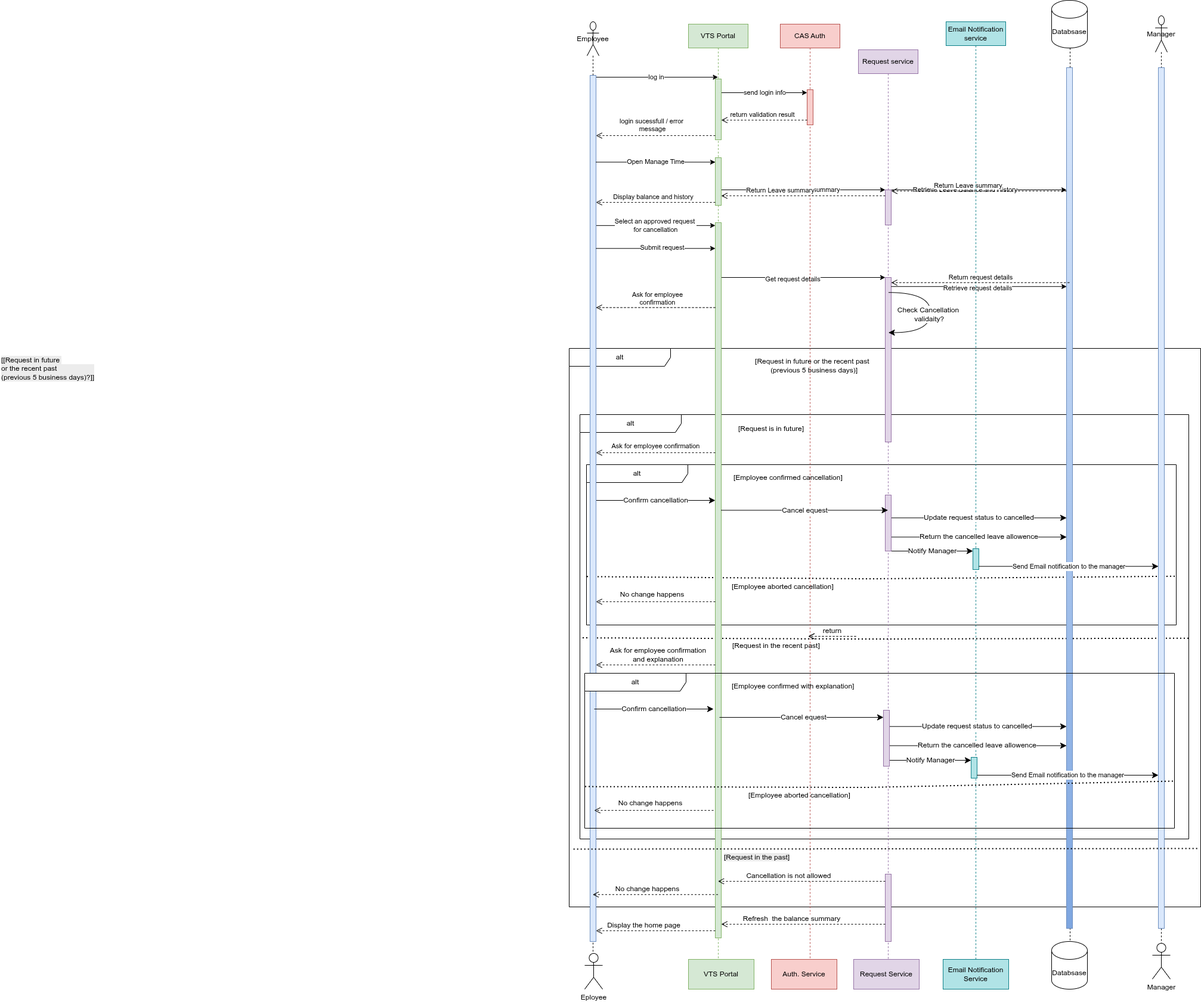
The draw.io diagram Uses Cases/Manage Time/Alternative Flows/Cancel Approved Request/cancel_approved_request_sequence_flow.png in Esraa-Khaled/VACATION_TRACKING_SYSTEM__VTS, before a commit. Source tidied: cells renumbered, new cells last; positions are measured from the earlier drawing's top-left corner, leaving out a move shared by most shapes.
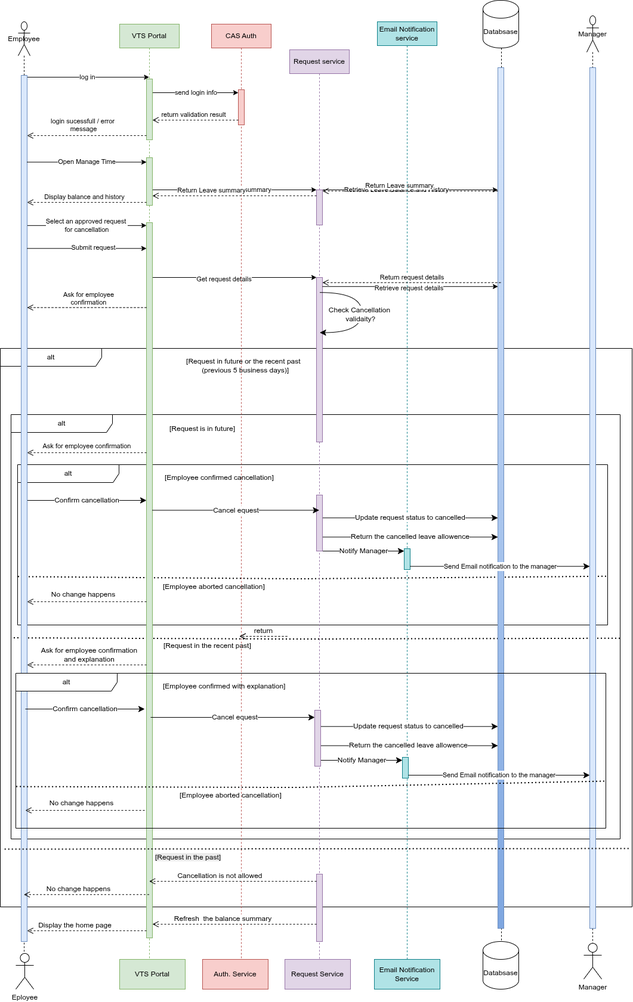
The same diagram one commit later.

Commit message:
upload cancel request sequence diagram

Change to the diagram source:
```diff
@@ -271,9 +271,6 @@
         </Array>
       </mxGeometry>
     </mxCell>
-    <mxCell id="59" value="&lt;font style=&quot;forced-color-adjust: none; color: rgb(0, 0, 0); font-family: Helvetica; font-size: 12px; font-style: normal; font-variant-ligatures: normal; font-variant-caps: normal; font-weight: 400; letter-spacing: normal; orphans: 2; text-align: left; text-indent: 0px; text-transform: none; widows: 2; word-spacing: 0px; -webkit-text-stroke-width: 0px; white-space: nowrap; background-color: rgb(236, 236, 236); text-decoration-thickness: initial; text-decoration-style: initial; text-decoration-color: initial;&quot;&gt;[[&lt;span style=&quot;forced-color-adjust: none; white-space: normal;&quot;&gt;Request in &lt;/span&gt;&lt;span style=&quot;forced-color-adjust: none; white-space: normal; background-color: transparent; text-decoration-line: inherit;&quot;&gt;future&amp;nbsp;&lt;/span&gt;&lt;/font&gt;&lt;div style=&quot;forced-color-adjust: none; color: rgb(0, 0, 0); font-family: Helvetica; font-size: 12px; font-style: normal; font-variant-ligatures: normal; font-variant-caps: normal; font-weight: 400; letter-spacing: normal; orphans: 2; text-align: left; text-indent: 0px; text-transform: none; widows: 2; word-spacing: 0px; -webkit-text-stroke-width: 0px; white-space: nowrap; background-color: rgb(236, 236, 236); text-decoration-thickness: initial; text-decoration-style: initial; text-decoration-color: initial;&quot;&gt;&lt;font style=&quot;forced-color-adjust: none;&quot;&gt;&lt;span style=&quot;forced-color-adjust: none; white-space: normal; background-color: transparent; text-decoration-line: inherit;&quot;&gt;or the recent past&amp;nbsp;&lt;/span&gt;&lt;/font&gt;&lt;/div&gt;&lt;div style=&quot;forced-color-adjust: none; color: rgb(0, 0, 0); font-family: Helvetica; font-size: 12px; font-style: normal; font-variant-ligatures: normal; font-variant-caps: normal; font-weight: 400; letter-spacing: normal; orphans: 2; text-align: left; text-indent: 0px; text-transform: none; widows: 2; word-spacing: 0px; -webkit-text-stroke-width: 0px; white-space: nowrap; background-color: rgb(236, 236, 236); text-decoration-thickness: initial; text-decoration-style: initial; text-decoration-color: initial;&quot;&gt;&lt;font style=&quot;forced-color-adjust: none;&quot;&gt;&lt;span style=&quot;forced-color-adjust: none; white-space: normal; background-color: transparent; text-decoration-line: inherit;&quot;&gt;(pre&lt;/span&gt;&lt;span style=&quot;forced-color-adjust: none; white-space: normal;&quot;&gt;vious 5 business days)?]&lt;/span&gt;]&lt;/font&gt;&lt;/div&gt;" style="text;whiteSpace=wrap;html=1;" parent="1" vertex="1">
-      <mxGeometry y="590.3" width="184" height="65" as="geometry" />
-    </mxCell>
     <mxCell id="60" value="&lt;span style=&quot;color: rgb(0, 0, 0); font-family: Helvetica; font-size: 12px; font-style: normal; font-variant-ligatures: normal; font-variant-caps: normal; font-weight: 400; letter-spacing: normal; orphans: 2; text-align: left; text-indent: 0px; text-transform: none; widows: 2; word-spacing: 0px; -webkit-text-stroke-width: 0px; white-space: nowrap; background-color: rgb(236, 236, 236); text-decoration-thickness: initial; text-decoration-style: initial; text-decoration-color: initial; float: none; display: inline !important;&quot;&gt;[Request in the past]&lt;/span&gt;" style="text;whiteSpace=wrap;html=1;" parent="1" vertex="1">
       <mxGeometry x="1212.3" y="1423.9" width="147" height="36" as="geometry" />
     </mxCell>
```
